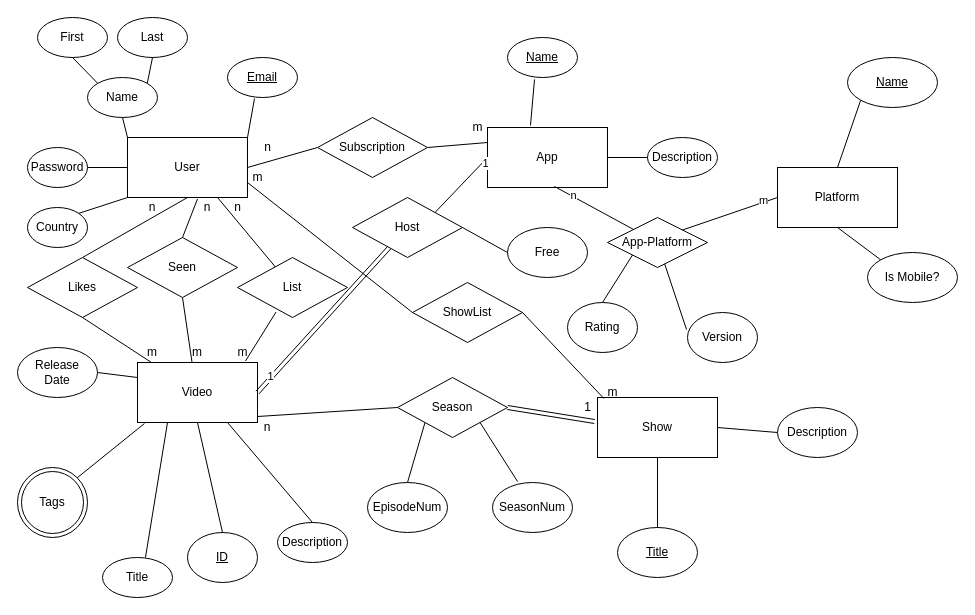
oloveluck/VideoStreamingApp keeps this draw.io diagram as VideoApp_ERD.drawio. Above is the earlier version. Source tidied: cells renumbered, new cells numbered last; positions are measured from the earlier drawing's top-left corner, leaving out a move shared by most shapes. Both pictures are drawn from the tidied source at 100%, with x=0, y=0 at pixel (17, 17).
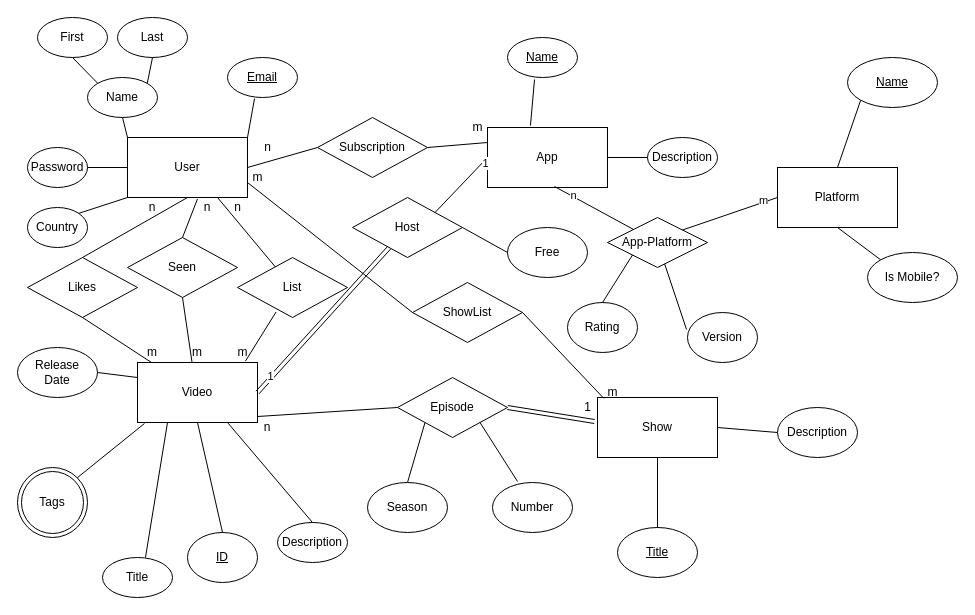
Above is the later version.

Change to the diagram source:
```diff
@@
-    <mxCell id="51" value="Season" style="rhombus;whiteSpace=wrap;html=1;" parent="1" vertex="1">
+    <mxCell id="51" value="Episode" style="rhombus;whiteSpace=wrap;html=1;" parent="1" vertex="1">
       <mxGeometry x="380" y="360" width="110" height="60" as="geometry" />
     </mxCell>
@@
-    <mxCell id="56" value="SeasonNum" style="ellipse;whiteSpace=wrap;html=1;" parent="1" vertex="1">
+    <mxCell id="56" value="Number" style="ellipse;whiteSpace=wrap;html=1;" parent="1" vertex="1">
       <mxGeometry x="475" y="465" width="80" height="50" as="geometry" />
     </mxCell>
@@
-    <mxCell id="88" value="EpisodeNum" style="ellipse;whiteSpace=wrap;html=1;" parent="1" vertex="1">
+    <mxCell id="88" value="Season" style="ellipse;whiteSpace=wrap;html=1;" parent="1" vertex="1">
       <mxGeometry x="350" y="465" width="80" height="50" as="geometry" />
     </mxCell>
```
